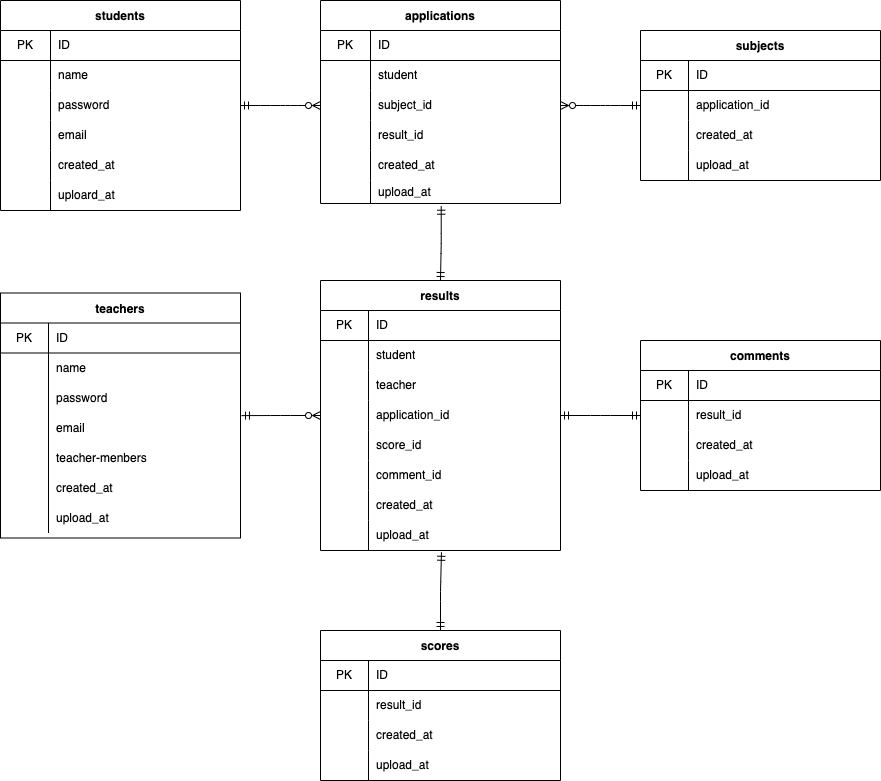
nishimura87/20220731nishimura keeps this draw.io diagram as index.drawio.png. Above is the earlier version. Source tidied: cells renumbered, new cells last; positions are measured from the earlier drawing's top-left corner, leaving out a move shared by most shapes.
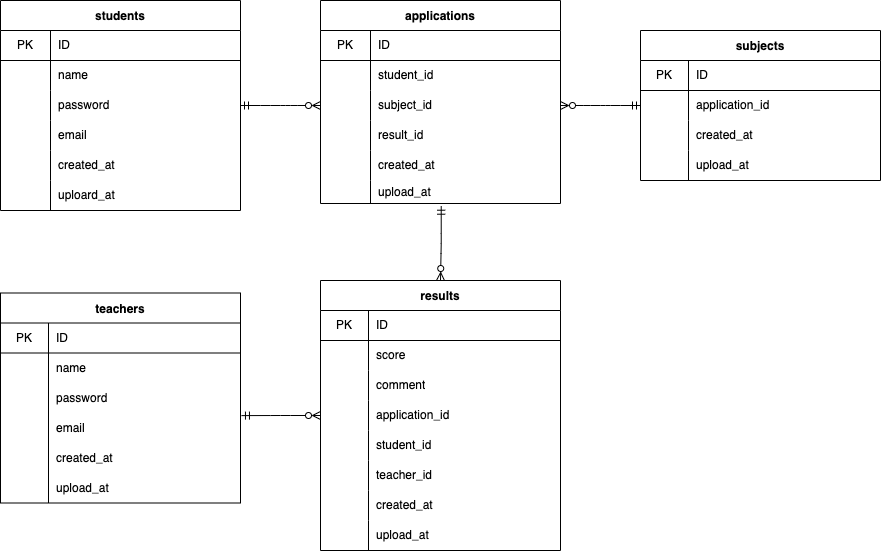
Above is the later version.

Commit message:
teble関係見直しとカラムの追加

What changed in the source:
```diff
@@ -77,7 +77,7 @@
     <mxCell id="26" style="shape=partialRectangle;html=1;whiteSpace=wrap;fillColor=none;top=0;left=0;bottom=0;right=0;overflow=hidden;" parent="25" vertex="1">
       <mxGeometry width="50" height="30" as="geometry" />
     </mxCell>
-    <mxCell id="27" value="student" style="shape=partialRectangle;html=1;whiteSpace=wrap;fillColor=none;top=0;left=0;bottom=0;right=0;align=left;spacingLeft=6;overflow=hidden;" parent="25" vertex="1">
+    <mxCell id="27" value="student_id" style="shape=partialRectangle;html=1;whiteSpace=wrap;fillColor=none;top=0;left=0;bottom=0;right=0;align=left;spacingLeft=6;overflow=hidden;" parent="25" vertex="1">
       <mxGeometry x="50" width="190" height="30" as="geometry" />
     </mxCell>
     <mxCell id="28" style="shape=partialRectangle;html=1;whiteSpace=wrap;fillColor=none;top=0;left=0;bottom=0;right=0;points=[[0,0.5],[1,0.5]];portConstraint=eastwest;" parent="21" vertex="1">
@@ -117,7 +117,7 @@
       <mxGeometry x="50" width="190" height="23" as="geometry" />
     </mxCell>
     <mxCell id="40" value="teachers" style="shape=table;startSize=30;rowLines=0;fontStyle=1;align=center;" parent="1" vertex="1">
-      <mxGeometry y="292.5" width="240" height="245" as="geometry" />
+      <mxGeometry y="292.5" width="240" height="210" as="geometry" />
     </mxCell>
     <mxCell id="41" style="shape=partialRectangle;html=1;whiteSpace=wrap;fillColor=none;top=0;left=0;bottom=1;right=0;" parent="40" vertex="1">
       <mxGeometry y="30" width="240" height="30" as="geometry" />
@@ -155,17 +155,8 @@
     <mxCell id="52" value="email" style="shape=partialRectangle;html=1;whiteSpace=wrap;fillColor=none;top=0;left=0;bottom=0;right=0;align=left;spacingLeft=6;overflow=hidden;" parent="50" vertex="1">
       <mxGeometry x="48" width="192" height="30" as="geometry" />
     </mxCell>
-    <mxCell id="53" style="shape=partialRectangle;html=1;whiteSpace=wrap;fillColor=none;top=0;left=0;bottom=0;right=0;" parent="40" vertex="1">
-      <mxGeometry y="150" width="240" height="30" as="geometry" />
-    </mxCell>
-    <mxCell id="54" style="shape=partialRectangle;html=1;whiteSpace=wrap;fillColor=none;top=0;left=0;bottom=0;right=0;overflow=hidden;" parent="53" vertex="1">
-      <mxGeometry width="48" height="30" as="geometry" />
-    </mxCell>
-    <mxCell id="55" value="teacher-menbers" style="shape=partialRectangle;html=1;whiteSpace=wrap;fillColor=none;top=0;left=0;bottom=0;right=0;align=left;spacingLeft=6;overflow=hidden;" parent="53" vertex="1">
-      <mxGeometry x="48" width="192" height="30" as="geometry" />
-    </mxCell>
     <mxCell id="56" style="shape=partialRectangle;html=1;whiteSpace=wrap;fillColor=none;top=0;left=0;bottom=0;right=0;" parent="40" vertex="1">
-      <mxGeometry y="180" width="240" height="30" as="geometry" />
+      <mxGeometry y="150" width="240" height="30" as="geometry" />
     </mxCell>
     <mxCell id="57" style="shape=partialRectangle;html=1;whiteSpace=wrap;fillColor=none;top=0;left=0;bottom=0;right=0;overflow=hidden;" parent="56" vertex="1">
       <mxGeometry width="48" height="30" as="geometry" />
@@ -174,7 +165,7 @@
       <mxGeometry x="48" width="192" height="30" as="geometry" />
     </mxCell>
     <mxCell id="59" style="shape=partialRectangle;html=1;whiteSpace=wrap;fillColor=none;top=0;left=0;bottom=0;right=0;" parent="40" vertex="1">
-      <mxGeometry y="210" width="240" height="30" as="geometry" />
+      <mxGeometry y="180" width="240" height="30" as="geometry" />
     </mxCell>
     <mxCell id="60" style="shape=partialRectangle;html=1;whiteSpace=wrap;fillColor=none;top=0;left=0;bottom=0;right=0;overflow=hidden;" parent="59" vertex="1">
       <mxGeometry width="48" height="30" as="geometry" />
@@ -188,90 +179,9 @@
     <mxCell id="63" style="endArrow=ERmandOne;html=1;edgeStyle=entityRelationEdgeStyle;endFill=0;startArrow=ERzeroToMany;startFill=0;elbow=vertical;exitX=1;exitY=0.5;exitDx=0;exitDy=0;entryX=0;entryY=0.5;entryDx=0;entryDy=0;" parent="1" edge="1" source="28" target="123">
       <mxGeometry relative="1" as="geometry" />
     </mxCell>
-    <mxCell id="64" style="edgeStyle=elbowEdgeStyle;html=1;startArrow=ERmandOne;startFill=0;endArrow=ERmandOne;endFill=0;exitX=0.503;exitY=1.118;exitDx=0;exitDy=0;exitPerimeter=0;entryX=0.5;entryY=0;entryDx=0;entryDy=0;elbow=vertical;" parent="1" edge="1" source="37" target="92">
+    <mxCell id="64" style="edgeStyle=elbowEdgeStyle;html=1;startArrow=ERmandOne;startFill=0;endArrow=ERzeroToMany;endFill=0;exitX=0.503;exitY=1.118;exitDx=0;exitDy=0;exitPerimeter=0;entryX=0.5;entryY=0;entryDx=0;entryDy=0;elbow=vertical;" parent="1" edge="1" source="37" target="92">
       <mxGeometry relative="1" as="geometry" />
     </mxCell>
-    <mxCell id="65" value="scores" style="shape=table;startSize=30;rowLines=0;fontStyle=1;align=center;" parent="1" vertex="1">
-      <mxGeometry x="320" y="630" width="240" height="150" as="geometry" />
-    </mxCell>
-    <mxCell id="66" style="shape=partialRectangle;html=1;whiteSpace=wrap;fillColor=none;top=0;left=0;bottom=1;right=0;" parent="65" vertex="1">
-      <mxGeometry y="30" width="240" height="30" as="geometry" />
-    </mxCell>
-    <mxCell id="67" value="PK" style="shape=partialRectangle;html=1;whiteSpace=wrap;fillColor=none;top=0;left=0;bottom=0;right=0;overflow=hidden;" parent="66" vertex="1">
-      <mxGeometry width="48" height="30" as="geometry" />
-    </mxCell>
-    <mxCell id="68" value="ID" style="shape=partialRectangle;html=1;whiteSpace=wrap;fillColor=none;top=0;left=0;bottom=0;right=0;align=left;spacingLeft=6;overflow=hidden;" parent="66" vertex="1">
-      <mxGeometry x="48" width="192" height="30" as="geometry" />
-    </mxCell>
-    <mxCell id="69" style="shape=partialRectangle;html=1;whiteSpace=wrap;fillColor=none;top=0;left=0;bottom=0;right=0;" parent="65" vertex="1">
-      <mxGeometry y="60" width="240" height="30" as="geometry" />
-    </mxCell>
-    <mxCell id="70" style="shape=partialRectangle;html=1;whiteSpace=wrap;fillColor=none;top=0;left=0;bottom=0;right=0;overflow=hidden;" parent="69" vertex="1">
-      <mxGeometry width="48" height="30" as="geometry" />
-    </mxCell>
-    <mxCell id="71" value="result_id" style="shape=partialRectangle;html=1;whiteSpace=wrap;fillColor=none;top=0;left=0;bottom=0;right=0;align=left;spacingLeft=6;overflow=hidden;" parent="69" vertex="1">
-      <mxGeometry x="48" width="192" height="30" as="geometry" />
-    </mxCell>
-    <mxCell id="72" style="shape=partialRectangle;html=1;whiteSpace=wrap;fillColor=none;top=0;left=0;bottom=0;right=0;" parent="65" vertex="1">
-      <mxGeometry y="90" width="240" height="30" as="geometry" />
-    </mxCell>
-    <mxCell id="73" style="shape=partialRectangle;html=1;whiteSpace=wrap;fillColor=none;top=0;left=0;bottom=0;right=0;overflow=hidden;" parent="72" vertex="1">
-      <mxGeometry width="48" height="30" as="geometry" />
-    </mxCell>
-    <mxCell id="74" value="created_at" style="shape=partialRectangle;html=1;whiteSpace=wrap;fillColor=none;top=0;left=0;bottom=0;right=0;align=left;spacingLeft=6;overflow=hidden;" parent="72" vertex="1">
-      <mxGeometry x="48" width="192" height="30" as="geometry" />
-    </mxCell>
-    <mxCell id="75" style="shape=partialRectangle;html=1;whiteSpace=wrap;fillColor=none;top=0;left=0;bottom=0;right=0;" parent="65" vertex="1">
-      <mxGeometry y="120" width="240" height="30" as="geometry" />
-    </mxCell>
-    <mxCell id="76" style="shape=partialRectangle;html=1;whiteSpace=wrap;fillColor=none;top=0;left=0;bottom=0;right=0;overflow=hidden;" parent="75" vertex="1">
-      <mxGeometry width="48" height="30" as="geometry" />
-    </mxCell>
-    <mxCell id="77" value="upload_at" style="shape=partialRectangle;html=1;whiteSpace=wrap;fillColor=none;top=0;left=0;bottom=0;right=0;align=left;spacingLeft=6;overflow=hidden;" parent="75" vertex="1">
-      <mxGeometry x="48" width="192" height="30" as="geometry" />
-    </mxCell>
-    <mxCell id="78" value="comments" style="shape=table;startSize=30;rowLines=0;fontStyle=1;align=center;" parent="1" vertex="1">
-      <mxGeometry x="640" y="340" width="240" height="150" as="geometry" />
-    </mxCell>
-    <mxCell id="79" style="shape=partialRectangle;html=1;whiteSpace=wrap;fillColor=none;top=0;left=0;bottom=1;right=0;" parent="78" vertex="1">
-      <mxGeometry y="30" width="240" height="30" as="geometry" />
-    </mxCell>
-    <mxCell id="80" value="PK" style="shape=partialRectangle;html=1;whiteSpace=wrap;fillColor=none;top=0;left=0;bottom=0;right=0;overflow=hidden;" parent="79" vertex="1">
-      <mxGeometry width="48" height="30" as="geometry" />
-    </mxCell>
-    <mxCell id="81" value="ID" style="shape=partialRectangle;html=1;whiteSpace=wrap;fillColor=none;top=0;left=0;bottom=0;right=0;align=left;spacingLeft=6;overflow=hidden;" parent="79" vertex="1">
-      <mxGeometry x="48" width="192" height="30" as="geometry" />
-    </mxCell>
-    <mxCell id="82" style="shape=partialRectangle;html=1;whiteSpace=wrap;fillColor=none;top=0;left=0;bottom=0;right=0;points=[[0,0.5],[1,0.5]];portConstraint=eastwest;" parent="78" vertex="1">
-      <mxGeometry y="60" width="240" height="30" as="geometry" />
-    </mxCell>
-    <mxCell id="83" style="shape=partialRectangle;html=1;whiteSpace=wrap;fillColor=none;top=0;left=0;bottom=0;right=0;overflow=hidden;" parent="82" vertex="1">
-      <mxGeometry width="48" height="30" as="geometry" />
-    </mxCell>
-    <mxCell id="84" value="result_id" style="shape=partialRectangle;html=1;whiteSpace=wrap;fillColor=none;top=0;left=0;bottom=0;right=0;align=left;spacingLeft=6;overflow=hidden;" parent="82" vertex="1">
-      <mxGeometry x="48" width="192" height="30" as="geometry" />
-    </mxCell>
-    <mxCell id="85" style="shape=partialRectangle;html=1;whiteSpace=wrap;fillColor=none;top=0;left=0;bottom=0;right=0;" parent="78" vertex="1">
-      <mxGeometry y="90" width="240" height="30" as="geometry" />
-    </mxCell>
-    <mxCell id="86" style="shape=partialRectangle;html=1;whiteSpace=wrap;fillColor=none;top=0;left=0;bottom=0;right=0;overflow=hidden;" parent="85" vertex="1">
-      <mxGeometry width="48" height="30" as="geometry" />
-    </mxCell>
-    <mxCell id="87" value="created_at" style="shape=partialRectangle;html=1;whiteSpace=wrap;fillColor=none;top=0;left=0;bottom=0;right=0;align=left;spacingLeft=6;overflow=hidden;" parent="85" vertex="1">
-      <mxGeometry x="48" width="192" height="30" as="geometry" />
-    </mxCell>
-    <mxCell id="88" style="shape=partialRectangle;html=1;whiteSpace=wrap;fillColor=none;top=0;left=0;bottom=0;right=0;" parent="78" vertex="1">
-      <mxGeometry y="120" width="240" height="30" as="geometry" />
-    </mxCell>
-    <mxCell id="89" style="shape=partialRectangle;html=1;whiteSpace=wrap;fillColor=none;top=0;left=0;bottom=0;right=0;overflow=hidden;" parent="88" vertex="1">
-      <mxGeometry width="48" height="30" as="geometry" />
-    </mxCell>
-    <mxCell id="90" value="upload_at" style="shape=partialRectangle;html=1;whiteSpace=wrap;fillColor=none;top=0;left=0;bottom=0;right=0;align=left;spacingLeft=6;overflow=hidden;" parent="88" vertex="1">
-      <mxGeometry x="48" width="192" height="30" as="geometry" />
-    </mxCell>
-    <mxCell id="91" style="edgeStyle=elbowEdgeStyle;html=1;startArrow=ERmandOne;startFill=0;endArrow=ERmandOne;endFill=0;entryX=1;entryY=0.5;entryDx=0;entryDy=0;exitX=0;exitY=0.5;exitDx=0;exitDy=0;" parent="1" edge="1" source="82" target="102">
-      <mxGeometry relative="1" as="geometry" />
-    </mxCell>
     <mxCell id="92" value="results" style="shape=table;startSize=30;rowLines=0;fontStyle=1;align=center;" parent="1" vertex="1">
       <mxGeometry x="320" y="280" width="240" height="270" as="geometry" />
     </mxCell>
@@ -284,51 +194,51 @@
     <mxCell id="95" value="ID" style="shape=partialRectangle;html=1;whiteSpace=wrap;fillColor=none;top=0;left=0;bottom=0;right=0;align=left;spacingLeft=6;overflow=hidden;" parent="93" vertex="1">
       <mxGeometry x="48" width="192" height="30" as="geometry" />
     </mxCell>
+    <mxCell id="105" style="shape=partialRectangle;html=1;whiteSpace=wrap;fillColor=none;top=0;left=0;bottom=0;right=0;" parent="92" vertex="1">
+      <mxGeometry y="60" width="240" height="30" as="geometry" />
+    </mxCell>
+    <mxCell id="106" style="shape=partialRectangle;html=1;whiteSpace=wrap;fillColor=none;top=0;left=0;bottom=0;right=0;overflow=hidden;" parent="105" vertex="1">
+      <mxGeometry width="48" height="30" as="geometry" />
+    </mxCell>
+    <mxCell id="107" value="score" style="shape=partialRectangle;html=1;whiteSpace=wrap;fillColor=none;top=0;left=0;bottom=0;right=0;align=left;spacingLeft=6;overflow=hidden;" parent="105" vertex="1">
+      <mxGeometry x="48" width="192" height="30" as="geometry" />
+    </mxCell>
+    <mxCell id="108" style="shape=partialRectangle;html=1;whiteSpace=wrap;fillColor=none;top=0;left=0;bottom=0;right=0;" parent="92" vertex="1">
+      <mxGeometry y="90" width="240" height="30" as="geometry" />
+    </mxCell>
+    <mxCell id="109" style="shape=partialRectangle;html=1;whiteSpace=wrap;fillColor=none;top=0;left=0;bottom=0;right=0;overflow=hidden;" parent="108" vertex="1">
+      <mxGeometry width="48" height="30" as="geometry" />
+    </mxCell>
+    <mxCell id="110" value="comment" style="shape=partialRectangle;html=1;whiteSpace=wrap;fillColor=none;top=0;left=0;bottom=0;right=0;align=left;spacingLeft=6;overflow=hidden;" parent="108" vertex="1">
+      <mxGeometry x="48" width="192" height="30" as="geometry" />
+    </mxCell>
+    <mxCell id="102" style="shape=partialRectangle;html=1;whiteSpace=wrap;fillColor=none;top=0;left=0;bottom=0;right=0;points=[[0,0.5],[1,0.5]];portConstraint=eastwest;" parent="92" vertex="1">
+      <mxGeometry y="120" width="240" height="30" as="geometry" />
+    </mxCell>
+    <mxCell id="103" style="shape=partialRectangle;html=1;whiteSpace=wrap;fillColor=none;top=0;left=0;bottom=0;right=0;overflow=hidden;" parent="102" vertex="1">
+      <mxGeometry width="48" height="30" as="geometry" />
+    </mxCell>
+    <mxCell id="104" value="application_id" style="shape=partialRectangle;html=1;whiteSpace=wrap;fillColor=none;top=0;left=0;bottom=0;right=0;align=left;spacingLeft=6;overflow=hidden;" parent="102" vertex="1">
+      <mxGeometry x="48" width="192" height="30" as="geometry" />
+    </mxCell>
     <mxCell id="96" style="shape=partialRectangle;html=1;whiteSpace=wrap;fillColor=none;top=0;left=0;bottom=0;right=0;" parent="92" vertex="1">
-      <mxGeometry y="60" width="240" height="30" as="geometry" />
+      <mxGeometry y="150" width="240" height="30" as="geometry" />
     </mxCell>
     <mxCell id="97" style="shape=partialRectangle;html=1;whiteSpace=wrap;fillColor=none;top=0;left=0;bottom=0;right=0;overflow=hidden;" parent="96" vertex="1">
       <mxGeometry width="48" height="30" as="geometry" />
     </mxCell>
-    <mxCell id="98" value="student" style="shape=partialRectangle;html=1;whiteSpace=wrap;fillColor=none;top=0;left=0;bottom=0;right=0;align=left;spacingLeft=6;overflow=hidden;" parent="96" vertex="1">
+    <mxCell id="98" value="student_id" style="shape=partialRectangle;html=1;whiteSpace=wrap;fillColor=none;top=0;left=0;bottom=0;right=0;align=left;spacingLeft=6;overflow=hidden;" parent="96" vertex="1">
       <mxGeometry x="48" width="192" height="30" as="geometry" />
     </mxCell>
     <mxCell id="99" style="shape=partialRectangle;html=1;whiteSpace=wrap;fillColor=none;top=0;left=0;bottom=0;right=0;" parent="92" vertex="1">
-      <mxGeometry y="90" width="240" height="30" as="geometry" />
+      <mxGeometry y="180" width="240" height="30" as="geometry" />
     </mxCell>
     <mxCell id="100" style="shape=partialRectangle;html=1;whiteSpace=wrap;fillColor=none;top=0;left=0;bottom=0;right=0;overflow=hidden;" parent="99" vertex="1">
       <mxGeometry width="48" height="30" as="geometry" />
     </mxCell>
-    <mxCell id="101" value="teacher" style="shape=partialRectangle;html=1;whiteSpace=wrap;fillColor=none;top=0;left=0;bottom=0;right=0;align=left;spacingLeft=6;overflow=hidden;" parent="99" vertex="1">
+    <mxCell id="101" value="teacher_id" style="shape=partialRectangle;html=1;whiteSpace=wrap;fillColor=none;top=0;left=0;bottom=0;right=0;align=left;spacingLeft=6;overflow=hidden;" parent="99" vertex="1">
       <mxGeometry x="48" width="192" height="30" as="geometry" />
     </mxCell>
-    <mxCell id="102" style="shape=partialRectangle;html=1;whiteSpace=wrap;fillColor=none;top=0;left=0;bottom=0;right=0;points=[[0,0.5],[1,0.5]];portConstraint=eastwest;" parent="92" vertex="1">
-      <mxGeometry y="120" width="240" height="30" as="geometry" />
-    </mxCell>
-    <mxCell id="103" style="shape=partialRectangle;html=1;whiteSpace=wrap;fillColor=none;top=0;left=0;bottom=0;right=0;overflow=hidden;" parent="102" vertex="1">
-      <mxGeometry width="48" height="30" as="geometry" />
-    </mxCell>
-    <mxCell id="104" value="application_id" style="shape=partialRectangle;html=1;whiteSpace=wrap;fillColor=none;top=0;left=0;bottom=0;right=0;align=left;spacingLeft=6;overflow=hidden;" parent="102" vertex="1">
-      <mxGeometry x="48" width="192" height="30" as="geometry" />
-    </mxCell>
-    <mxCell id="105" style="shape=partialRectangle;html=1;whiteSpace=wrap;fillColor=none;top=0;left=0;bottom=0;right=0;" parent="92" vertex="1">
-      <mxGeometry y="150" width="240" height="30" as="geometry" />
-    </mxCell>
-    <mxCell id="106" style="shape=partialRectangle;html=1;whiteSpace=wrap;fillColor=none;top=0;left=0;bottom=0;right=0;overflow=hidden;" parent="105" vertex="1">
-      <mxGeometry width="48" height="30" as="geometry" />
-    </mxCell>
-    <mxCell id="107" value="score_id" style="shape=partialRectangle;html=1;whiteSpace=wrap;fillColor=none;top=0;left=0;bottom=0;right=0;align=left;spacingLeft=6;overflow=hidden;" parent="105" vertex="1">
-      <mxGeometry x="48" width="192" height="30" as="geometry" />
-    </mxCell>
-    <mxCell id="108" style="shape=partialRectangle;html=1;whiteSpace=wrap;fillColor=none;top=0;left=0;bottom=0;right=0;" parent="92" vertex="1">
-      <mxGeometry y="180" width="240" height="30" as="geometry" />
-    </mxCell>
-    <mxCell id="109" style="shape=partialRectangle;html=1;whiteSpace=wrap;fillColor=none;top=0;left=0;bottom=0;right=0;overflow=hidden;" parent="108" vertex="1">
-      <mxGeometry width="48" height="30" as="geometry" />
-    </mxCell>
-    <mxCell id="110" value="comment_id" style="shape=partialRectangle;html=1;whiteSpace=wrap;fillColor=none;top=0;left=0;bottom=0;right=0;align=left;spacingLeft=6;overflow=hidden;" parent="108" vertex="1">
-      <mxGeometry x="48" width="192" height="30" as="geometry" />
-    </mxCell>
     <mxCell id="111" style="shape=partialRectangle;html=1;whiteSpace=wrap;fillColor=none;top=0;left=0;bottom=0;right=0;" parent="92" vertex="1">
       <mxGeometry y="210" width="240" height="30" as="geometry" />
     </mxCell>
@@ -350,9 +260,6 @@
     <mxCell id="117" style="edgeStyle=elbowEdgeStyle;html=1;startArrow=ERzeroToMany;startFill=0;endArrow=ERmandOne;endFill=0;exitX=0;exitY=0.5;exitDx=0;exitDy=0;entryX=1.004;entryY=0.087;entryDx=0;entryDy=0;entryPerimeter=0;" parent="1" edge="1" source="102" target="50">
       <mxGeometry relative="1" as="geometry" />
     </mxCell>
-    <mxCell id="118" style="edgeStyle=elbowEdgeStyle;html=1;startArrow=ERmandOne;startFill=0;endArrow=ERmandOne;endFill=0;exitX=0.5;exitY=0;exitDx=0;exitDy=0;elbow=vertical;entryX=0.504;entryY=1.059;entryDx=0;entryDy=0;entryPerimeter=0;" parent="1" edge="1" source="65" target="114">
-      <mxGeometry relative="1" as="geometry" />
-    </mxCell>
     <mxCell id="119" value="subjects" style="shape=table;startSize=30;rowLines=0;fontStyle=1;align=center;" parent="1" vertex="1">
       <mxGeometry x="640" y="30" width="240" height="150" as="geometry" />
     </mxCell>
```
